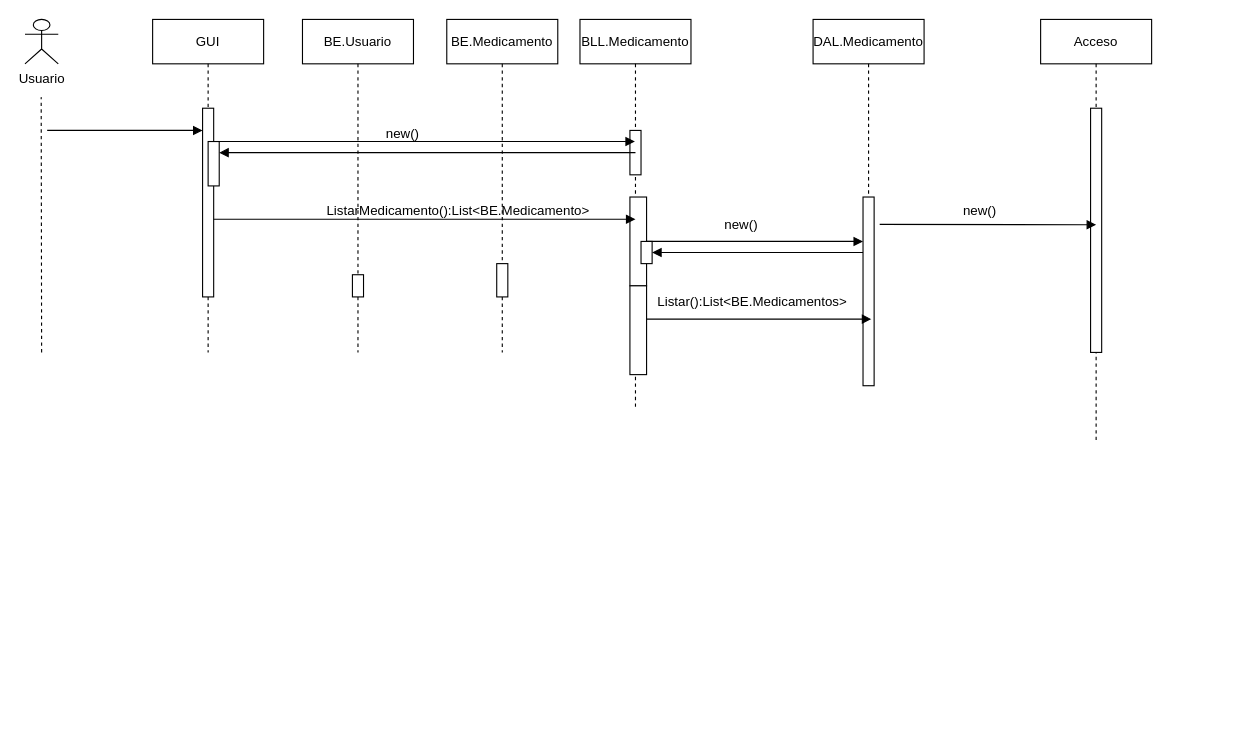
Earlier version of the draw.io diagram DS Venta Recetas 2p AyDSIII .drawio (phoenix1179/BD). Source tidied: cells renumbered, new cells numbered last; positions are measured from the earlier drawing's top-left corner, leaving out a move shared by most shapes. Both pictures are drawn from the tidied source at 111%, with x=0, y=0 at pixel (24, 19).
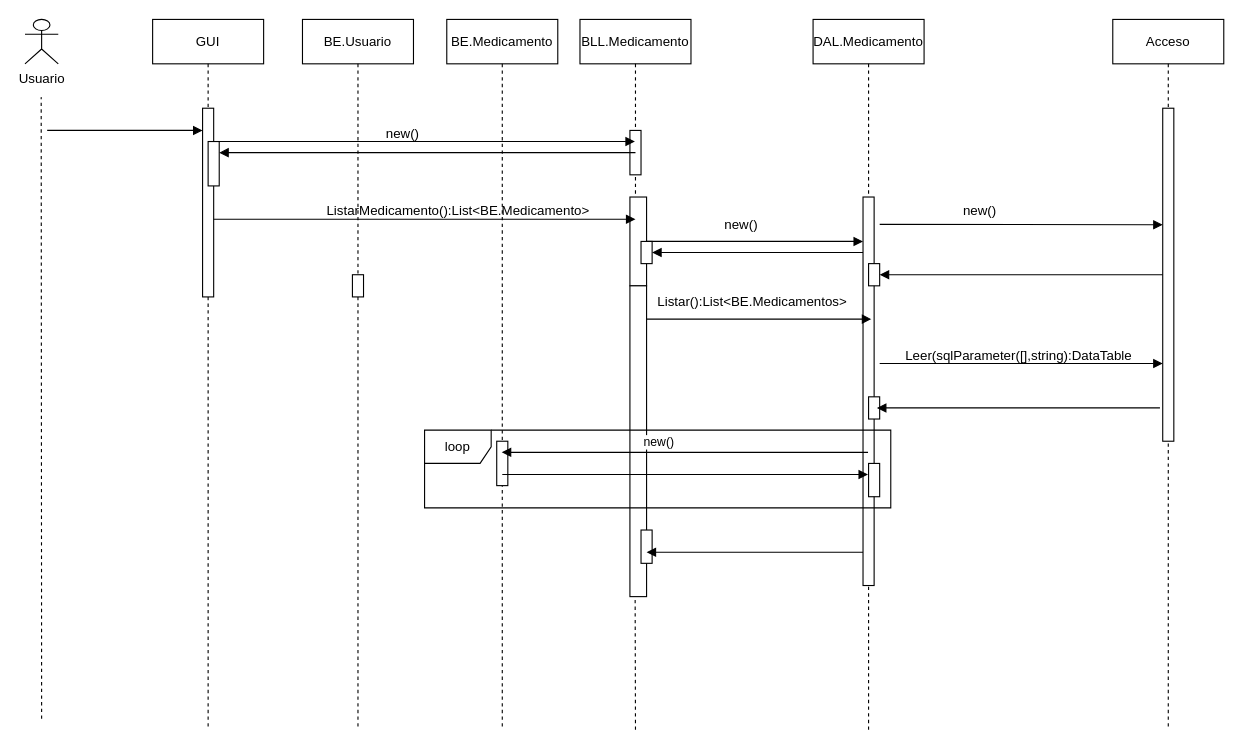
The same diagram, later.

What changed in the source:
```diff
@@
     <mxCell id="2" value="GUI" style="shape=umlLifeline;perimeter=lifelinePerimeter;whiteSpace=wrap;html=1;newEdgeStyle={&quot;edgeStyle&quot;:&quot;elbowEdgeStyle&quot;,&quot;elbow&quot;:&quot;vertical&quot;,&quot;curved&quot;:0,&quot;rounded&quot;:0};" parent="1" vertex="1">
-      <mxGeometry x="115" width="100" height="300" as="geometry" />
+      <mxGeometry x="115" width="100" height="640" as="geometry" />
     </mxCell>
@@
     <mxCell id="5" value="BE.Usuario" style="shape=umlLifeline;perimeter=lifelinePerimeter;whiteSpace=wrap;html=1;newEdgeStyle={&quot;edgeStyle&quot;:&quot;elbowEdgeStyle&quot;,&quot;elbow&quot;:&quot;vertical&quot;,&quot;curved&quot;:0,&quot;rounded&quot;:0};" parent="1" vertex="1">
-      <mxGeometry x="250" width="100" height="300" as="geometry" />
+      <mxGeometry x="250" width="100" height="640" as="geometry" />
     </mxCell>
@@
     <mxCell id="7" value="BE.Medicamento" style="shape=umlLifeline;perimeter=lifelinePerimeter;whiteSpace=wrap;html=1;outlineConnect=0;portConstraint=eastwest;newEdgeStyle={&quot;edgeStyle&quot;:&quot;elbowEdgeStyle&quot;,&quot;elbow&quot;:&quot;vertical&quot;,&quot;curved&quot;:0,&quot;rounded&quot;:0};" parent="1" vertex="1">
-      <mxGeometry x="380" width="100" height="300" as="geometry" />
+      <mxGeometry x="380" width="100" height="640" as="geometry" />
     </mxCell>
     <mxCell id="8" style="html=1;points=[];perimeter=orthogonalPerimeter;outlineConnect=0;targetShapes=umlLifeline;portConstraint=eastwest;newEdgeStyle={&quot;edgeStyle&quot;:&quot;elbowEdgeStyle&quot;,&quot;elbow&quot;:&quot;vertical&quot;,&quot;curved&quot;:0,&quot;rounded&quot;:0};" parent="7" vertex="1">
-      <mxGeometry x="45" y="220" width="10" height="30" as="geometry" />
+      <mxGeometry x="45" y="380" width="10" height="40" as="geometry" />
     </mxCell>
     <mxCell id="9" value="BLL.Medicamento" style="shape=umlLifeline;perimeter=lifelinePerimeter;whiteSpace=wrap;html=1;outlineConnect=0;portConstraint=eastwest;newEdgeStyle={&quot;edgeStyle&quot;:&quot;elbowEdgeStyle&quot;,&quot;elbow&quot;:&quot;vertical&quot;,&quot;curved&quot;:0,&quot;rounded&quot;:0};" parent="1" vertex="1">
-      <mxGeometry x="500" width="100" height="350" as="geometry" />
+      <mxGeometry x="500" width="100" height="520" as="geometry" />
     </mxCell>
@@
     <mxCell id="13" style="html=1;perimeter=orthogonalPerimeter;targetShapes=umlLifeline;newEdgeStyle={&quot;edgeStyle&quot;:&quot;elbowEdgeStyle&quot;,&quot;elbow&quot;:&quot;vertical&quot;,&quot;curved&quot;:0,&quot;rounded&quot;:0};" parent="9" vertex="1">
-      <mxGeometry x="45" y="240" width="15" height="80" as="geometry" />
+      <mxGeometry x="45" y="240" width="15" height="280" as="geometry" />
     </mxCell>
+    <mxCell id="33" style="html=1;perimeter=orthogonalPerimeter;targetShapes=umlLifeline;newEdgeStyle={&quot;edgeStyle&quot;:&quot;elbowEdgeStyle&quot;,&quot;elbow&quot;:&quot;vertical&quot;,&quot;curved&quot;:0,&quot;rounded&quot;:0};" parent="9" vertex="1">
+      <mxGeometry x="55" y="460" width="10" height="30" as="geometry" />
+    </mxCell>
@@
     <mxCell id="16" style="endArrow=none;dashed=1;html=1;rounded=0;" parent="1" edge="1">
       <mxGeometry relative="1" as="geometry">
-        <mxPoint x="15" y="300" as="sourcePoint" />
+        <mxPoint x="15" y="630" as="sourcePoint" />
         <mxPoint x="14.6" y="70" as="targetPoint" />
       </mxGeometry>
     </mxCell>
     <mxCell id="17" value="DAL.Medicamento" style="shape=umlLifeline;perimeter=lifelinePerimeter;whiteSpace=wrap;html=1;outlineConnect=0;portConstraint=eastwest;newEdgeStyle={&quot;edgeStyle&quot;:&quot;elbowEdgeStyle&quot;,&quot;elbow&quot;:&quot;vertical&quot;,&quot;curved&quot;:0,&quot;rounded&quot;:0};" parent="1" vertex="1">
-      <mxGeometry x="710" width="100" height="330" as="geometry" />
+      <mxGeometry x="710" width="100" height="510" as="geometry" />
     </mxCell>
     <mxCell id="18" style="html=1;points=[];perimeter=orthogonalPerimeter;outlineConnect=0;targetShapes=umlLifeline;portConstraint=eastwest;newEdgeStyle={&quot;edgeStyle&quot;:&quot;elbowEdgeStyle&quot;,&quot;elbow&quot;:&quot;vertical&quot;,&quot;curved&quot;:0,&quot;rounded&quot;:0};" parent="17" vertex="1">
-      <mxGeometry x="45" y="160" width="10" height="170" as="geometry" />
+      <mxGeometry x="45" y="160" width="10" height="350" as="geometry" />
     </mxCell>
+    <mxCell id="34" style="html=1;points=[];perimeter=orthogonalPerimeter;outlineConnect=0;targetShapes=umlLifeline;portConstraint=eastwest;newEdgeStyle={&quot;edgeStyle&quot;:&quot;elbowEdgeStyle&quot;,&quot;elbow&quot;:&quot;vertical&quot;,&quot;curved&quot;:0,&quot;rounded&quot;:0};" parent="17" vertex="1">
+      <mxGeometry x="50" y="220" width="10" height="20" as="geometry" />
+    </mxCell>
+    <mxCell id="35" style="html=1;perimeter=orthogonalPerimeter;targetShapes=umlLifeline;newEdgeStyle={&quot;edgeStyle&quot;:&quot;elbowEdgeStyle&quot;,&quot;elbow&quot;:&quot;vertical&quot;,&quot;curved&quot;:0,&quot;rounded&quot;:0};" parent="17" vertex="1">
+      <mxGeometry x="50" y="340" width="10" height="20" as="geometry" />
+    </mxCell>
+    <mxCell id="36" style="html=1;perimeter=orthogonalPerimeter;targetShapes=umlLifeline;newEdgeStyle={&quot;edgeStyle&quot;:&quot;elbowEdgeStyle&quot;,&quot;elbow&quot;:&quot;vertical&quot;,&quot;curved&quot;:0,&quot;rounded&quot;:0};" parent="17" vertex="1">
+      <mxGeometry x="50" y="400" width="10" height="30" as="geometry" />
+    </mxCell>
     <mxCell id="19" value="Acceso" style="shape=umlLifeline;perimeter=lifelinePerimeter;whiteSpace=wrap;html=1;newEdgeStyle={&quot;edgeStyle&quot;:&quot;elbowEdgeStyle&quot;,&quot;elbow&quot;:&quot;vertical&quot;,&quot;curved&quot;:0,&quot;rounded&quot;:0};" parent="1" vertex="1">
-      <mxGeometry x="915" width="100" height="380" as="geometry" />
+      <mxGeometry x="980" width="100" height="640" as="geometry" />
     </mxCell>
     <mxCell id="20" style="html=1;points=[];perimeter=orthogonalPerimeter;outlineConnect=0;targetShapes=umlLifeline;portConstraint=eastwest;newEdgeStyle={&quot;edgeStyle&quot;:&quot;elbowEdgeStyle&quot;,&quot;elbow&quot;:&quot;vertical&quot;,&quot;curved&quot;:0,&quot;rounded&quot;:0};" parent="19" vertex="1">
-      <mxGeometry x="45" y="80" width="10" height="220" as="geometry" />
+      <mxGeometry x="45" y="80" width="10" height="300" as="geometry" />
     </mxCell>
@@
-    <mxCell id="31" style="html=1;verticalAlign=bottom;endArrow=block;edgeStyle=elbowEdgeStyle;elbow=vertical;curved=0;rounded=0;" parent="1" edge="1">
+    <mxCell id="31" style="html=1;verticalAlign=bottom;endArrow=block;edgeStyle=elbowEdgeStyle;elbow=vertical;curved=0;rounded=0;" parent="1" edge="1" target="20">
       <mxGeometry relative="1" as="geometry">
         <mxPoint x="770" y="184.6" as="sourcePoint" />
-        <mxPoint x="965" y="184.6" as="targetPoint" />
       </mxGeometry>
     </mxCell>
@@
+    <mxCell id="37" style="html=1;verticalAlign=bottom;endArrow=block;edgeStyle=elbowEdgeStyle;elbow=vertical;curved=0;rounded=0;" parent="1" edge="1" source="20" target="34">
+      <mxGeometry relative="1" as="geometry" />
+    </mxCell>
+    <mxCell id="38" style="endArrow=none;dashed=1;html=1;rounded=0;" parent="1" edge="1" target="18">
+      <mxGeometry relative="1" as="geometry">
+        <mxPoint x="760" y="640" as="sourcePoint" />
+      </mxGeometry>
+    </mxCell>
+    <mxCell id="39" style="html=1;verticalAlign=bottom;endArrow=block;edgeStyle=elbowEdgeStyle;elbow=vertical;curved=0;rounded=0;" parent="1" edge="1">
+      <mxGeometry relative="1" as="geometry">
+        <mxPoint x="770" y="310" as="sourcePoint" />
+        <mxPoint x="1025" y="310" as="targetPoint" />
+      </mxGeometry>
+    </mxCell>
+    <mxCell id="40" value="Leer(sqlParameter([],string):DataTable" style="text;html=1;align=center;verticalAlign=middle;strokeColor=none;fillColor=none;" parent="1" vertex="1">
+      <mxGeometry x="780" y="288" width="230" height="30" as="geometry" />
+    </mxCell>
+    <mxCell id="41" style="html=1;verticalAlign=bottom;endArrow=block;edgeStyle=elbowEdgeStyle;elbow=vertical;curved=0;rounded=0;" parent="1" edge="1">
+      <mxGeometry relative="1" as="geometry">
+        <mxPoint x="1022.5" y="350" as="sourcePoint" />
+        <mxPoint x="767.5" y="350" as="targetPoint" />
+      </mxGeometry>
+    </mxCell>
+    <mxCell id="42" style="html=1;verticalAlign=bottom;endArrow=block;edgeStyle=elbowEdgeStyle;elbow=vertical;curved=0;rounded=0;" parent="1" edge="1" source="17" target="7">
+      <mxGeometry relative="1" as="geometry">
+        <Array as="points">
+          <mxPoint x="655" y="390" />
+        </Array>
+      </mxGeometry>
+    </mxCell>
+    <mxCell id="43" value="new()" style="edgeLabel;html=1;align=center;verticalAlign=middle;" parent="42" vertex="1">
+      <mxGeometry x="0.14" y="-3" relative="1" as="geometry">
+        <mxPoint x="-1" y="-7" as="offset" />
+      </mxGeometry>
+    </mxCell>
+    <mxCell id="44" style="html=1;verticalAlign=bottom;endArrow=block;edgeStyle=elbowEdgeStyle;elbow=vertical;curved=0;rounded=0;exitX=0.5;exitY=0.75;exitDx=0;exitDy=0;exitPerimeter=0;" parent="1" edge="1" source="8" target="17">
+      <mxGeometry relative="1" as="geometry" />
+    </mxCell>
+    <mxCell id="45" value="loop" style="shape=umlFrame;whiteSpace=wrap;html=1;" parent="1" vertex="1">
+      <mxGeometry x="360" y="370" width="420" height="70" as="geometry" />
+    </mxCell>
+    <mxCell id="46" style="endArrow=none;dashed=1;html=1;rounded=0;" parent="1" edge="1">
+      <mxGeometry relative="1" as="geometry">
+        <mxPoint x="550" y="640" as="sourcePoint" />
+        <mxPoint x="549.7" y="520" as="targetPoint" />
+      </mxGeometry>
+    </mxCell>
+    <mxCell id="47" style="html=1;verticalAlign=bottom;endArrow=block;edgeStyle=elbowEdgeStyle;elbow=vertical;curved=0;rounded=0;" parent="1" edge="1" source="18">
+      <mxGeometry relative="1" as="geometry">
+        <mxPoint x="560" y="480" as="targetPoint" />
+        <Array as="points">
+          <mxPoint x="675" y="480" />
+        </Array>
+      </mxGeometry>
+    </mxCell>
```
